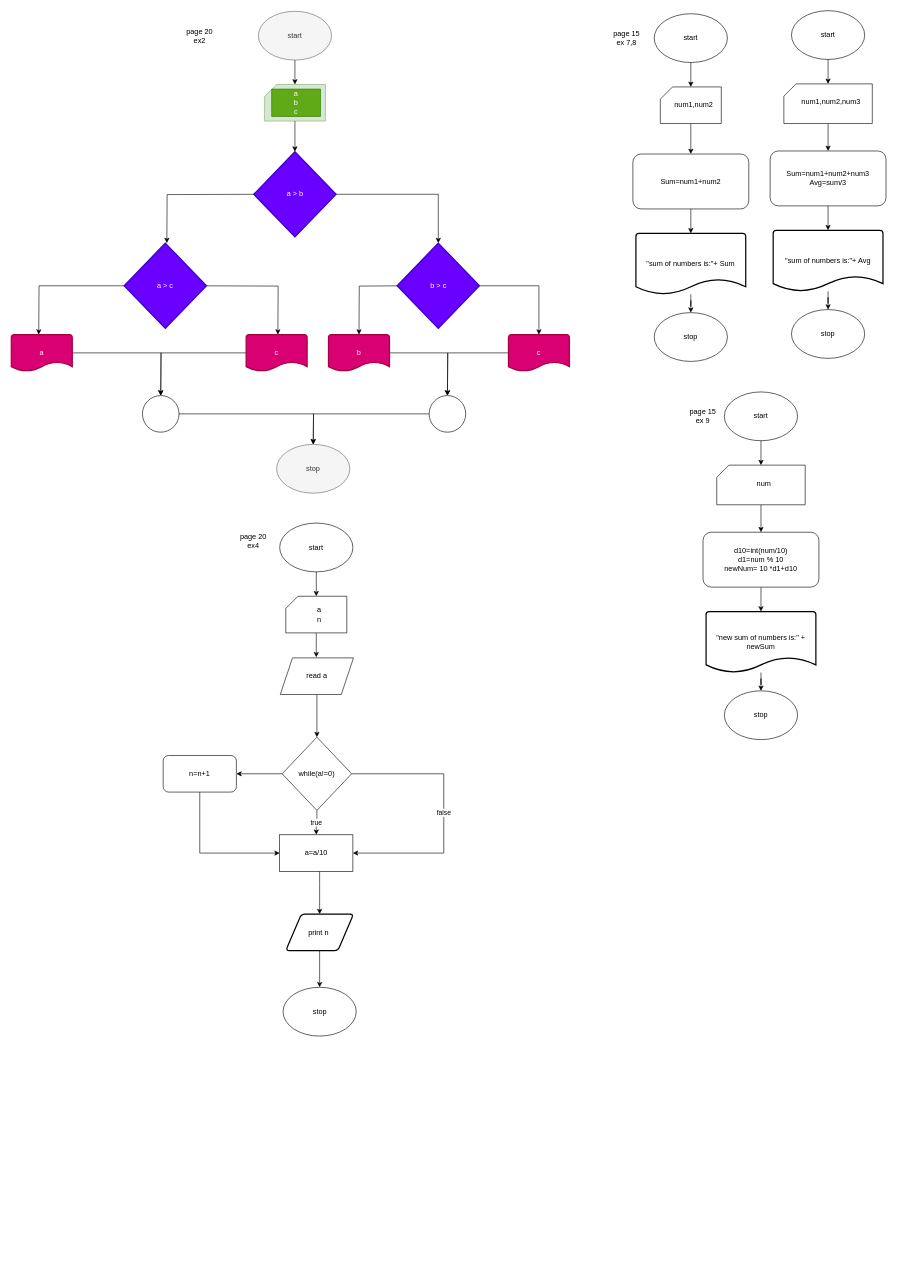
Above: HomeWorkPart2.drawio in ilansav25/test-repository (draw.io), before the change. Source tidied: cells renumbered, new cells numbered last; positions are measured from the earlier drawing's top-left corner, leaving out a move shared by most shapes. Both pictures are drawn from the tidied source at 61%, with x=0, y=0 at pixel (11, 10).
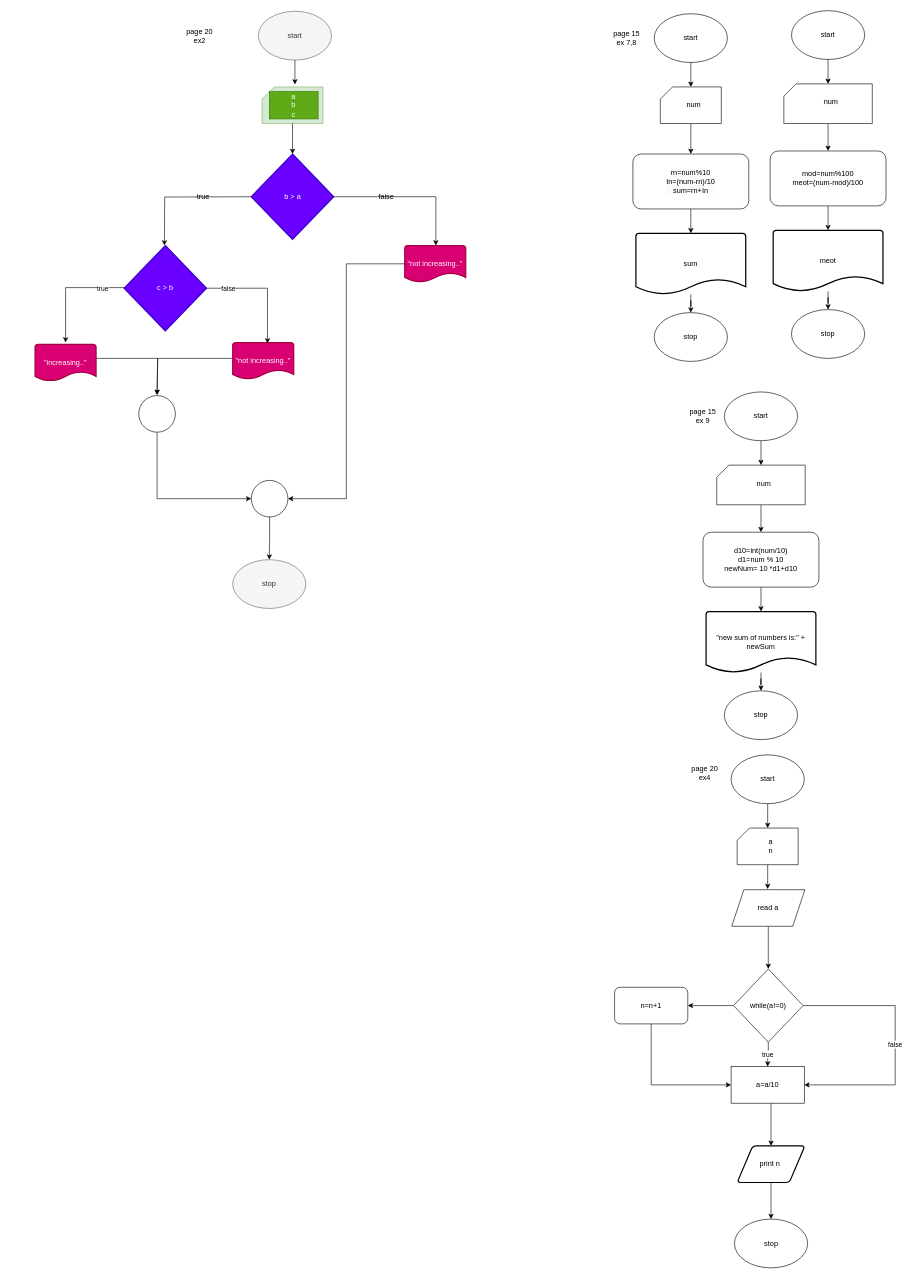
The same page after the edit.

Commit message:
homework-lession-fix02-05_03_24

Change to the diagram source:
```diff
@@
-    <mxCell id="6" value="&quot;sum of numbers is:&quot;+ Sum" style="strokeWidth=2;html=1;shape=mxgraph.flowchart.document2;whiteSpace=wrap;size=0.25;" parent="1" vertex="1">
+    <mxCell id="6" value="sum" style="strokeWidth=2;html=1;shape=mxgraph.flowchart.document2;whiteSpace=wrap;size=0.25;" parent="1" vertex="1">
       <mxGeometry x="1024" y="365" width="180" height="100" as="geometry" />
     </mxCell>
@@
-    <mxCell id="10" value="num1,num2" style="text;html=1;align=center;verticalAlign=middle;whiteSpace=wrap;rounded=0;" parent="1" vertex="1">
+    <mxCell id="10" value="&lt;span style=&quot;color: rgb(0, 0, 0); background-color: rgb(251, 251, 251);&quot;&gt;num&lt;/span&gt;" style="text;html=1;align=center;verticalAlign=middle;whiteSpace=wrap;rounded=0;" parent="1" vertex="1">
       <mxGeometry x="1084" y="140" width="70" height="30" as="geometry" />
     </mxCell>
-    <mxCell id="11" value="Sum=num1+num2" style="text;html=1;align=center;verticalAlign=middle;whiteSpace=wrap;rounded=0;" parent="1" vertex="1">
+    <mxCell id="11" value="&lt;span style=&quot;color: rgb(0, 0, 0); background-color: rgb(251, 251, 251);&quot;&gt;rn=num%10&lt;/span&gt;&lt;div style=&quot;color: rgb(0, 0, 0); background-color: rgb(251, 251, 251);&quot;&gt;In=(num-rn)/10&lt;/div&gt;&lt;div style=&quot;color: rgb(0, 0, 0); background-color: rgb(251, 251, 251);&quot;&gt;sum=rn+In&lt;/div&gt;" style="text;html=1;align=center;verticalAlign=middle;whiteSpace=wrap;rounded=0;" parent="1" vertex="1">
       <mxGeometry x="1024" y="247.5" width="180" height="65" as="geometry" />
     </mxCell>
@@
-    <mxCell id="17" value="&quot;sum of numbers is:&quot;+ Avg" style="strokeWidth=2;html=1;shape=mxgraph.flowchart.document2;whiteSpace=wrap;size=0.25;" parent="1" vertex="1">
+    <mxCell id="17" value="meot" style="strokeWidth=2;html=1;shape=mxgraph.flowchart.document2;whiteSpace=wrap;size=0.25;" parent="1" vertex="1">
       <mxGeometry x="1249" y="360" width="180" height="100" as="geometry" />
     </mxCell>
@@
-    <mxCell id="21" value="num1,num2,num3" style="text;html=1;align=center;verticalAlign=middle;whiteSpace=wrap;rounded=0;" parent="1" vertex="1">
+    <mxCell id="21" value="&lt;span style=&quot;color: rgb(0, 0, 0); background-color: rgb(251, 251, 251);&quot;&gt;num&lt;/span&gt;" style="text;html=1;align=center;verticalAlign=middle;whiteSpace=wrap;rounded=0;" parent="1" vertex="1">
       <mxGeometry x="1309" y="135" width="70" height="30" as="geometry" />
     </mxCell>
-    <mxCell id="22" value="Sum=num1+num2+num3&lt;div&gt;Avg=sum/3&lt;/div&gt;" style="text;html=1;align=center;verticalAlign=middle;whiteSpace=wrap;rounded=0;" parent="1" vertex="1">
+    <mxCell id="22" value="&lt;span style=&quot;color: rgb(0, 0, 0); background-color: rgb(251, 251, 251);&quot;&gt;mod=num%100&lt;/span&gt;&lt;div style=&quot;color: rgb(0, 0, 0); background-color: rgb(251, 251, 251);&quot;&gt;meot=(num-mod)/100&lt;/div&gt;" style="text;html=1;align=center;verticalAlign=middle;whiteSpace=wrap;rounded=0;" parent="1" vertex="1">
       <mxGeometry x="1249" y="242.5" width="180" height="65" as="geometry" />
     </mxCell>
@@
-    <mxCell id="35" value="start" style="ellipse;whiteSpace=wrap;html=1;fillColor=#f5f5f5;fontColor=#333333;strokeColor=#666666;" parent="1" vertex="1">
-      <mxGeometry x="405" y="1" width="120" height="80" as="geometry" />
-    </mxCell>
-    <mxCell id="36" style="verticalLabelPosition=bottom;verticalAlign=top;html=1;shape=card;whiteSpace=wrap;size=20;arcSize=12;fillColor=#d5e8d4;strokeColor=#82b366;" parent="1" vertex="1">
-      <mxGeometry x="415" y="121" width="100" height="60" as="geometry" />
-    </mxCell>
-    <mxCell id="37" value="a&lt;div&gt;b&lt;/div&gt;&lt;div&gt;c&lt;/div&gt;" style="text;html=1;align=center;verticalAlign=middle;whiteSpace=wrap;rounded=0;fillColor=#60a917;fontColor=#ffffff;strokeColor=#2D7600;" parent="1" vertex="1">
-      <mxGeometry x="427" y="128.5" width="80" height="45" as="geometry" />
-    </mxCell>
-    <mxCell id="38" style="edgeStyle=orthogonalEdgeStyle;rounded=0;jettySize=auto;html=1;entryX=0.5;entryY=0;entryDx=0;entryDy=0;entryPerimeter=0;" parent="1" edge="1" source="35" target="36">
-      <mxGeometry relative="1" as="geometry" />
-    </mxCell>
-    <mxCell id="39" style="edgeStyle=orthogonalEdgeStyle;rounded=0;orthogonalLoop=1;jettySize=auto;html=1;" parent="1" edge="1">
-      <mxGeometry relative="1" as="geometry">
-        <mxPoint x="412.5" y="301" as="sourcePoint" />
-        <mxPoint x="255" y="381" as="targetPoint" />
-      </mxGeometry>
-    </mxCell>
-    <mxCell id="40" value="a &amp;gt; b" style="strokeWidth=2;html=1;shape=mxgraph.flowchart.decision;whiteSpace=wrap;fillColor=#6a00ff;strokeColor=#3700CC;fontColor=#ffffff;" parent="1" vertex="1">
-      <mxGeometry x="397.5" y="231" width="135" height="140" as="geometry" />
-    </mxCell>
-    <mxCell id="41" style="edgeStyle=orthogonalEdgeStyle;rounded=0;jettySize=auto;html=1;entryX=0.5;entryY=0;entryDx=0;entryDy=0;entryPerimeter=0;" parent="1" edge="1" source="36" target="40">
-      <mxGeometry relative="1" as="geometry" />
-    </mxCell>
-    <mxCell id="42" style="edgeStyle=orthogonalEdgeStyle;rounded=0;orthogonalLoop=1;jettySize=auto;html=1;" parent="1" edge="1">
-      <mxGeometry relative="1" as="geometry">
-        <mxPoint x="302" y="451" as="sourcePoint" />
-        <mxPoint x="437" y="531" as="targetPoint" />
-      </mxGeometry>
-    </mxCell>
-    <mxCell id="43" style="edgeStyle=orthogonalEdgeStyle;rounded=0;jettySize=auto;html=1;" parent="1" edge="1" source="44">
-      <mxGeometry relative="1" as="geometry">
-        <mxPoint x="45" y="531" as="targetPoint" />
-      </mxGeometry>
-    </mxCell>
-    <mxCell id="44" value="a &amp;gt; c" style="strokeWidth=2;html=1;shape=mxgraph.flowchart.decision;whiteSpace=wrap;fillColor=#6a00ff;strokeColor=#3700CC;fontColor=#ffffff;" parent="1" vertex="1">
-      <mxGeometry x="185" y="381" width="135" height="140" as="geometry" />
-    </mxCell>
-    <mxCell id="45" style="edgeStyle=orthogonalEdgeStyle;rounded=0;orthogonalLoop=1;jettySize=auto;html=1;" parent="1" edge="1">
-      <mxGeometry relative="1" as="geometry">
-        <mxPoint x="647.5" y="451" as="sourcePoint" />
-        <mxPoint x="570" y="531" as="targetPoint" />
-      </mxGeometry>
-    </mxCell>
-    <mxCell id="46" style="edgeStyle=orthogonalEdgeStyle;rounded=0;jettySize=auto;html=1;" parent="1" edge="1" source="47" target="50">
-      <mxGeometry relative="1" as="geometry" />
-    </mxCell>
-    <mxCell id="47" value="b &amp;gt; c" style="strokeWidth=2;html=1;shape=mxgraph.flowchart.decision;whiteSpace=wrap;fillColor=#6a00ff;strokeColor=#3700CC;fontColor=#ffffff;" parent="1" vertex="1">
-      <mxGeometry x="632.5" y="381" width="135" height="140" as="geometry" />
-    </mxCell>
-    <mxCell id="48" style="edgeStyle=orthogonalEdgeStyle;rounded=0;jettySize=auto;html=1;entryX=0.5;entryY=0;entryDx=0;entryDy=0;entryPerimeter=0;" parent="1" edge="1" source="40" target="47">
-      <mxGeometry relative="1" as="geometry" />
-    </mxCell>
-    <mxCell id="49" style="edgeStyle=orthogonalEdgeStyle;rounded=0;jettySize=auto;html=1;" parent="1" edge="1" source="50">
-      <mxGeometry relative="1" as="geometry">
-        <mxPoint x="715" y="631" as="targetPoint" />
-      </mxGeometry>
-    </mxCell>
-    <mxCell id="50" value="c" style="strokeWidth=2;html=1;shape=mxgraph.flowchart.document2;whiteSpace=wrap;size=0.25;fillColor=#d80073;strokeColor=#A50040;fontColor=#ffffff;" parent="1" vertex="1">
-      <mxGeometry x="815" y="531" width="100" height="60" as="geometry" />
-    </mxCell>
-    <mxCell id="51" style="edgeStyle=orthogonalEdgeStyle;rounded=0;jettySize=auto;html=1;" parent="1" edge="1" source="52">
-      <mxGeometry relative="1" as="geometry">
-        <mxPoint x="715" y="631" as="targetPoint" />
-      </mxGeometry>
-    </mxCell>
-    <mxCell id="52" value="b" style="strokeWidth=2;html=1;shape=mxgraph.flowchart.document2;whiteSpace=wrap;size=0.25;fillColor=#d80073;strokeColor=#A50040;fontColor=#ffffff;" parent="1" vertex="1">
-      <mxGeometry x="520" y="531" width="100" height="60" as="geometry" />
-    </mxCell>
-    <mxCell id="53" style="edgeStyle=orthogonalEdgeStyle;rounded=0;jettySize=auto;html=1;" parent="1" edge="1" source="54">
-      <mxGeometry relative="1" as="geometry">
-        <mxPoint x="245" y="631" as="targetPoint" />
-      </mxGeometry>
-    </mxCell>
-    <mxCell id="54" value="c" style="strokeWidth=2;html=1;shape=mxgraph.flowchart.document2;whiteSpace=wrap;size=0.25;fillColor=#d80073;strokeColor=#A50040;fontColor=#ffffff;" parent="1" vertex="1">
-      <mxGeometry x="385" y="531" width="100" height="60" as="geometry" />
-    </mxCell>
-    <mxCell id="55" style="edgeStyle=orthogonalEdgeStyle;rounded=0;jettySize=auto;html=1;" parent="1" edge="1" source="56">
-      <mxGeometry relative="1" as="geometry">
-        <mxPoint x="245" y="631" as="targetPoint" />
-      </mxGeometry>
-    </mxCell>
-    <mxCell id="56" value="a" style="strokeWidth=2;html=1;shape=mxgraph.flowchart.document2;whiteSpace=wrap;size=0.25;fillColor=#d80073;strokeColor=#A50040;fontColor=#ffffff;" parent="1" vertex="1">
-      <mxGeometry y="531" width="100" height="60" as="geometry" />
-    </mxCell>
-    <mxCell id="57" style="edgeStyle=orthogonalEdgeStyle;rounded=0;jettySize=auto;html=1;" parent="1" edge="1" source="58">
-      <mxGeometry relative="1" as="geometry">
-        <mxPoint x="495" y="711" as="targetPoint" />
-      </mxGeometry>
-    </mxCell>
-    <mxCell id="58" style="verticalLabelPosition=bottom;verticalAlign=top;html=1;shape=mxgraph.flowchart.on-page_reference;" parent="1" vertex="1">
-      <mxGeometry x="215" y="631" width="60" height="60" as="geometry" />
-    </mxCell>
-    <mxCell id="59" style="edgeStyle=orthogonalEdgeStyle;rounded=0;jettySize=auto;html=1;" parent="1" edge="1" source="60">
-      <mxGeometry relative="1" as="geometry">
-        <mxPoint x="495" y="711" as="targetPoint" />
-      </mxGeometry>
-    </mxCell>
-    <mxCell id="60" style="verticalLabelPosition=bottom;verticalAlign=top;html=1;shape=mxgraph.flowchart.on-page_reference;" parent="1" vertex="1">
-      <mxGeometry x="685" y="631" width="60" height="60" as="geometry" />
-    </mxCell>
-    <mxCell id="61" value="stop" style="ellipse;whiteSpace=wrap;html=1;fillColor=#f5f5f5;fontColor=#333333;strokeColor=#666666;" parent="1" vertex="1">
-      <mxGeometry x="435" y="711" width="120" height="80" as="geometry" />
-    </mxCell>
     <mxCell id="62" value="start" style="ellipse;whiteSpace=wrap;html=1;" parent="1" vertex="1">
-      <mxGeometry x="440" y="840" width="120" height="80" as="geometry" />
+      <mxGeometry x="1180" y="1220" width="120" height="80" as="geometry" />
     </mxCell>
     <mxCell id="63" style="edgeStyle=orthogonalEdgeStyle;rounded=0;jettySize=auto;html=1;" parent="1" edge="1" source="64">
       <mxGeometry relative="1" as="geometry">
-        <mxPoint x="500" y="1060" as="targetPoint" />
+        <mxPoint x="1240" y="1440" as="targetPoint" />
       </mxGeometry>
     </mxCell>
     <mxCell id="64" style="verticalLabelPosition=bottom;verticalAlign=top;html=1;shape=card;whiteSpace=wrap;size=20;arcSize=12;" parent="1" vertex="1">
-      <mxGeometry x="450" y="960" width="100" height="60" as="geometry" />
+      <mxGeometry x="1190" y="1340" width="100" height="60" as="geometry" />
     </mxCell>
     <mxCell id="65" value="a&lt;div&gt;n&lt;/div&gt;" style="text;html=1;align=center;verticalAlign=middle;whiteSpace=wrap;rounded=0;" parent="1" vertex="1">
-      <mxGeometry x="470" y="975" width="70" height="30" as="geometry" />
+      <mxGeometry x="1210" y="1355" width="70" height="30" as="geometry" />
     </mxCell>
@@
     <mxCell id="67" style="edgeStyle=orthogonalEdgeStyle;rounded=0;jettySize=auto;html=1;entryX=0.5;entryY=0;entryDx=0;entryDy=0;" parent="1" edge="1" source="68" target="72">
       <mxGeometry relative="1" as="geometry">
         <Array as="points">
-          <mxPoint x="501" y="1171" />
+          <mxPoint x="1241" y="1551" />
         </Array>
       </mxGeometry>
     </mxCell>
     <mxCell id="68" value="read a" style="shape=parallelogram;perimeter=parallelogramPerimeter;whiteSpace=wrap;html=1;fixedSize=1;" parent="1" vertex="1">
-      <mxGeometry x="441" y="1061" width="120" height="60" as="geometry" />
+      <mxGeometry x="1181" y="1441" width="120" height="60" as="geometry" />
     </mxCell>
@@
     <mxCell id="71" value="false" style="edgeStyle=orthogonalEdgeStyle;rounded=0;jettySize=auto;html=1;exitX=1;exitY=0.5;exitDx=0;exitDy=0;entryX=1;entryY=0.5;entryDx=0;entryDy=0;" parent="1" edge="1" source="72" target="76">
       <mxGeometry relative="1" as="geometry">
         <Array as="points">
-          <mxPoint x="709" y="1251" />
-          <mxPoint x="709" y="1381" />
+          <mxPoint x="1449" y="1631" />
+          <mxPoint x="1449" y="1761" />
         </Array>
       </mxGeometry>
     </mxCell>
     <mxCell id="72" value="while(a!=0)" style="rhombus;whiteSpace=wrap;html=1;" parent="1" vertex="1">
-      <mxGeometry x="444" y="1191" width="114" height="120" as="geometry" />
+      <mxGeometry x="1184" y="1571" width="114" height="120" as="geometry" />
     </mxCell>
     <mxCell id="73" style="edgeStyle=orthogonalEdgeStyle;rounded=0;jettySize=auto;html=1;entryX=0;entryY=0.5;entryDx=0;entryDy=0;" parent="1" edge="1" source="74" target="76">
       <mxGeometry relative="1" as="geometry">
         <Array as="points">
-          <mxPoint x="309" y="1381" />
+          <mxPoint x="1049" y="1761" />
         </Array>
       </mxGeometry>
     </mxCell>
     <mxCell id="74" value="n=n+1" style="rounded=1;whiteSpace=wrap;html=1;" parent="1" vertex="1">
-      <mxGeometry x="249" y="1221" width="120" height="60" as="geometry" />
+      <mxGeometry x="989" y="1601" width="120" height="60" as="geometry" />
     </mxCell>
     <mxCell id="75" style="edgeStyle=orthogonalEdgeStyle;rounded=0;jettySize=auto;html=1;entryX=0.5;entryY=0;entryDx=0;entryDy=0;" parent="1" edge="1" source="76" target="78">
       <mxGeometry relative="1" as="geometry">
         <Array as="points">
-          <mxPoint x="506" y="1431" />
+          <mxPoint x="1246" y="1811" />
         </Array>
       </mxGeometry>
     </mxCell>
     <mxCell id="76" value="a=a/10" style="rounded=0;whiteSpace=wrap;html=1;" parent="1" vertex="1">
-      <mxGeometry x="440" y="1351" width="120" height="60" as="geometry" />
+      <mxGeometry x="1180" y="1731" width="120" height="60" as="geometry" />
     </mxCell>
@@
     <mxCell id="78" value="print n&amp;nbsp;" style="shape=parallelogram;html=1;strokeWidth=2;perimeter=parallelogramPerimeter;whiteSpace=wrap;rounded=1;arcSize=12;size=0.23;" parent="1" vertex="1">
-      <mxGeometry x="450" y="1481" width="111" height="60" as="geometry" />
+      <mxGeometry x="1190" y="1861" width="111" height="60" as="geometry" />
     </mxCell>
     <mxCell id="79" value="stop" style="ellipse;whiteSpace=wrap;html=1;" parent="1" vertex="1">
-      <mxGeometry x="445.5" y="1601" width="120" height="80" as="geometry" />
+      <mxGeometry x="1185.5" y="1981" width="120" height="80" as="geometry" />
     </mxCell>
-    <mxCell id="80" value="page 20 ex2" style="text;html=1;align=center;verticalAlign=middle;whiteSpace=wrap;rounded=0;" parent="1" vertex="1">
-      <mxGeometry x="279" y="26" width="60" height="30" as="geometry" />
-    </mxCell>
     <mxCell id="81" value="page 20 ex4" style="text;html=1;align=center;verticalAlign=middle;whiteSpace=wrap;rounded=0;" parent="1" vertex="1">
-      <mxGeometry x="367" y="855" width="60" height="30" as="geometry" />
+      <mxGeometry x="1107" y="1235" width="60" height="30" as="geometry" />
     </mxCell>
@@
+    <mxCell id="35" value="start" style="ellipse;whiteSpace=wrap;html=1;fillColor=#f5f5f5;fontColor=#333333;strokeColor=#666666;" parent="1" vertex="1">
+      <mxGeometry x="405" y="1" width="120" height="80" as="geometry" />
+    </mxCell>
+    <mxCell id="84" style="edgeStyle=orthogonalEdgeStyle;rounded=0;jettySize=auto;html=1;entryX=0.5;entryY=0;entryDx=0;entryDy=0;entryPerimeter=0;" parent="1" edge="1" source="35">
+      <mxGeometry relative="1" as="geometry">
+        <mxPoint x="465" y="121" as="targetPoint" />
+      </mxGeometry>
+    </mxCell>
+    <mxCell id="85" style="edgeStyle=orthogonalEdgeStyle;rounded=0;jettySize=auto;html=1;" parent="1" edge="1" source="86" target="105">
+      <mxGeometry relative="1" as="geometry">
+        <Array as="points">
+          <mxPoint x="239" y="800" />
+        </Array>
+      </mxGeometry>
+    </mxCell>
+    <mxCell id="86" style="verticalLabelPosition=bottom;verticalAlign=top;html=1;shape=mxgraph.flowchart.on-page_reference;" parent="1" vertex="1">
+      <mxGeometry x="209" y="631" width="60" height="60" as="geometry" />
+    </mxCell>
+    <mxCell id="61" value="stop" style="ellipse;whiteSpace=wrap;html=1;fillColor=#f5f5f5;fontColor=#333333;strokeColor=#666666;" parent="1" vertex="1">
+      <mxGeometry x="363" y="900" width="120" height="80" as="geometry" />
+    </mxCell>
+    <mxCell id="80" value="page 20 ex2" style="text;html=1;align=center;verticalAlign=middle;whiteSpace=wrap;rounded=0;" parent="1" vertex="1">
+      <mxGeometry x="279" y="26" width="60" height="30" as="geometry" />
+    </mxCell>
+    <mxCell id="87" style="verticalLabelPosition=bottom;verticalAlign=top;html=1;shape=card;whiteSpace=wrap;size=20;arcSize=12;fillColor=#d5e8d4;strokeColor=#82b366;" parent="1" vertex="1">
+      <mxGeometry x="411" y="125" width="100" height="60" as="geometry" />
+    </mxCell>
+    <mxCell id="37" value="a&lt;div&gt;b&lt;/div&gt;&lt;div&gt;c&lt;/div&gt;" style="text;html=1;align=center;verticalAlign=middle;whiteSpace=wrap;rounded=0;fillColor=#60a917;fontColor=#ffffff;strokeColor=#2D7600;" parent="1" vertex="1">
+      <mxGeometry x="423" y="132.5" width="80" height="45" as="geometry" />
+    </mxCell>
+    <mxCell id="88" style="edgeStyle=orthogonalEdgeStyle;rounded=0;orthogonalLoop=1;jettySize=auto;html=1;" parent="1" edge="1">
+      <mxGeometry relative="1" as="geometry">
+        <mxPoint x="408.5" y="305" as="sourcePoint" />
+        <mxPoint x="251" y="385" as="targetPoint" />
+      </mxGeometry>
+    </mxCell>
+    <mxCell id="89" value="b &amp;gt; a" style="strokeWidth=2;html=1;shape=mxgraph.flowchart.decision;whiteSpace=wrap;fillColor=#6a00ff;strokeColor=#3700CC;fontColor=#ffffff;" parent="1" vertex="1">
+      <mxGeometry x="393.5" y="235" width="135" height="140" as="geometry" />
+    </mxCell>
+    <mxCell id="90" style="edgeStyle=orthogonalEdgeStyle;rounded=0;jettySize=auto;html=1;entryX=0.5;entryY=0;entryDx=0;entryDy=0;entryPerimeter=0;" parent="1" edge="1" source="87" target="89">
+      <mxGeometry relative="1" as="geometry" />
+    </mxCell>
+    <mxCell id="91" value="c &amp;gt; b" style="strokeWidth=2;html=1;shape=mxgraph.flowchart.decision;whiteSpace=wrap;fillColor=#6a00ff;strokeColor=#3700CC;fontColor=#ffffff;" parent="1" vertex="1">
+      <mxGeometry x="185" y="385" width="135" height="140" as="geometry" />
+    </mxCell>
+    <mxCell id="92" style="edgeStyle=orthogonalEdgeStyle;rounded=0;jettySize=auto;html=1;entryX=0.5;entryY=0;entryDx=0;entryDy=0;entryPerimeter=0;" parent="1" edge="1" source="89">
+      <mxGeometry relative="1" as="geometry">
+        <mxPoint x="696" y="385" as="targetPoint" />
+        <Array as="points">
+          <mxPoint x="696" y="305" />
+        </Array>
+      </mxGeometry>
+    </mxCell>
+    <mxCell id="93" value="&quot;not increasing..&quot;" style="strokeWidth=2;html=1;shape=mxgraph.flowchart.document2;whiteSpace=wrap;size=0.25;fillColor=#d80073;strokeColor=#A50040;fontColor=#ffffff;" parent="1" vertex="1">
+      <mxGeometry x="645" y="385" width="100" height="60" as="geometry" />
+    </mxCell>
+    <mxCell id="94" value="true" style="text;html=1;strokeColor=none;fillColor=none;align=center;verticalAlign=middle;whiteSpace=wrap;rounded=0;" parent="1" vertex="1">
+      <mxGeometry x="285" y="290" width="60" height="30" as="geometry" />
+    </mxCell>
+    <mxCell id="95" value="false" style="text;html=1;strokeColor=none;fillColor=none;align=center;verticalAlign=middle;whiteSpace=wrap;rounded=0;" parent="1" vertex="1">
+      <mxGeometry x="585" y="290" width="60" height="30" as="geometry" />
+    </mxCell>
+    <mxCell id="96" style="edgeStyle=orthogonalEdgeStyle;rounded=0;jettySize=auto;html=1;" parent="1" edge="1" source="97">
+      <mxGeometry relative="1" as="geometry">
+        <mxPoint x="239" y="630" as="targetPoint" />
+        <Array as="points">
+          <mxPoint x="240" y="570" />
+        </Array>
+      </mxGeometry>
+    </mxCell>
+    <mxCell id="97" value="&quot;not increasing..&quot;" style="strokeWidth=2;html=1;shape=mxgraph.flowchart.document2;whiteSpace=wrap;size=0.25;fillColor=#d80073;strokeColor=#A50040;fontColor=#ffffff;" parent="1" vertex="1">
+      <mxGeometry x="363" y="544" width="100" height="60" as="geometry" />
+    </mxCell>
+    <mxCell id="98" style="edgeStyle=orthogonalEdgeStyle;rounded=0;jettySize=auto;html=1;" parent="1" edge="1" source="99">
+      <mxGeometry relative="1" as="geometry">
+        <mxPoint x="239" y="630" as="targetPoint" />
+        <Array as="points">
+          <mxPoint x="240" y="570" />
+        </Array>
+      </mxGeometry>
+    </mxCell>
+    <mxCell id="99" value="&quot;increasing..&quot;" style="strokeWidth=2;html=1;shape=mxgraph.flowchart.document2;whiteSpace=wrap;size=0.25;fillColor=#d80073;strokeColor=#A50040;fontColor=#ffffff;" parent="1" vertex="1">
+      <mxGeometry x="39" y="547" width="100" height="60" as="geometry" />
+    </mxCell>
+    <mxCell id="100" style="edgeStyle=orthogonalEdgeStyle;rounded=0;jettySize=auto;html=1;entryX=0.57;entryY=0.028;entryDx=0;entryDy=0;entryPerimeter=0;" parent="1" edge="1" source="91" target="97">
+      <mxGeometry relative="1" as="geometry" />
+    </mxCell>
+    <mxCell id="101" value="false" style="edgeLabel;html=1;align=center;verticalAlign=middle;" parent="100" vertex="1">
+      <mxGeometry x="-0.63" relative="1" as="geometry" />
+    </mxCell>
+    <mxCell id="102" style="edgeStyle=orthogonalEdgeStyle;rounded=0;orthogonalLoop=1;jettySize=auto;html=1;entryX=0.5;entryY=0;entryDx=0;entryDy=0;entryPerimeter=0;" parent="1" edge="1">
+      <mxGeometry relative="1" as="geometry">
+        <mxPoint x="185" y="454" as="sourcePoint" />
+        <mxPoint x="89" y="544" as="targetPoint" />
+        <Array as="points">
+          <mxPoint x="89" y="454" />
+        </Array>
+      </mxGeometry>
+    </mxCell>
+    <mxCell id="103" value="true" style="edgeLabel;html=1;align=center;verticalAlign=middle;" parent="102" vertex="1">
+      <mxGeometry x="-0.61" y="1" relative="1" as="geometry" />
+    </mxCell>
+    <mxCell id="104" style="edgeStyle=orthogonalEdgeStyle;rounded=0;jettySize=auto;html=1;" parent="1" edge="1" source="105" target="61">
+      <mxGeometry relative="1" as="geometry" />
+    </mxCell>
+    <mxCell id="105" style="verticalLabelPosition=bottom;verticalAlign=top;html=1;shape=mxgraph.flowchart.on-page_reference;" parent="1" vertex="1">
+      <mxGeometry x="393.5" y="770" width="60" height="60" as="geometry" />
+    </mxCell>
+    <mxCell id="106" style="edgeStyle=orthogonalEdgeStyle;rounded=0;jettySize=auto;html=1;entryX=1;entryY=0.5;entryDx=0;entryDy=0;entryPerimeter=0;" parent="1" edge="1" source="93" target="105">
+      <mxGeometry relative="1" as="geometry" />
+    </mxCell>
```
